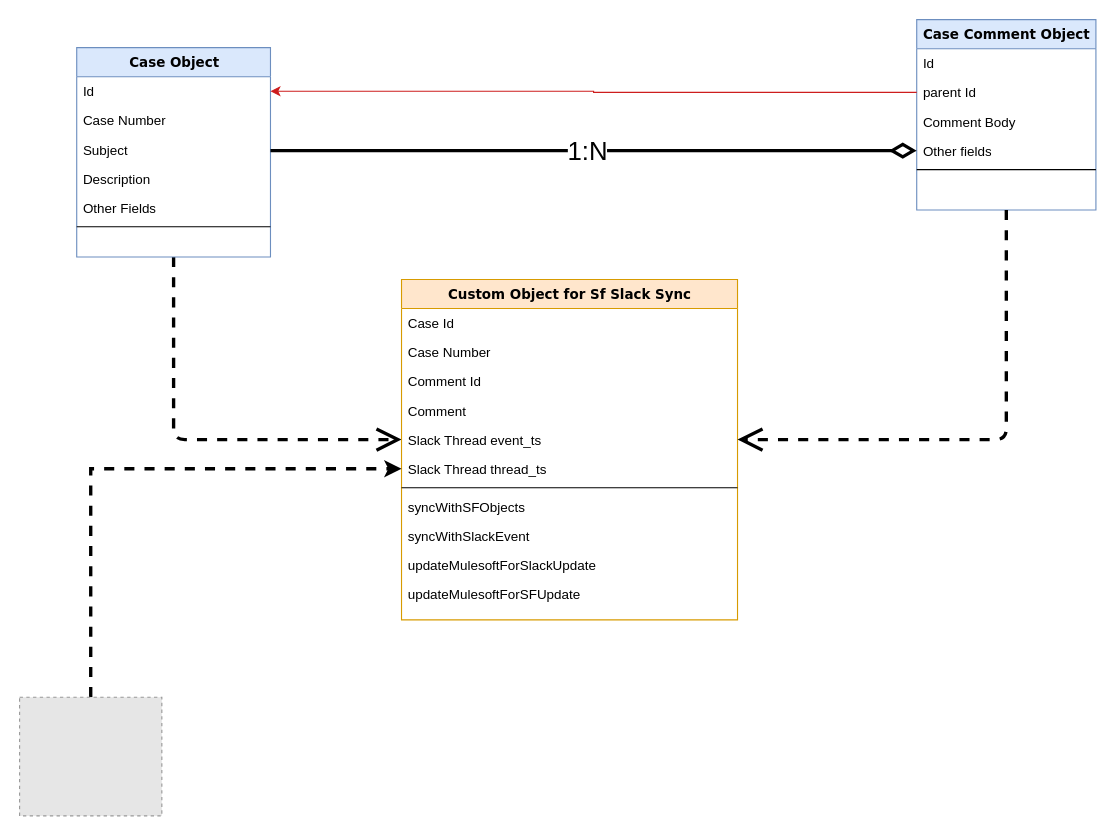
The draw.io diagram ObjectDiagramForSlackToSlaesforceBiDirectional.drawio in sumanchatterjee3/draw-io, before the edit. Source tidied: cells renumbered, new cells numbered last; positions are measured from the earlier drawing's top-left corner, leaving out a move shared by most shapes. Both pictures are drawn from the tidied source at 112%, with x=0, y=0 at pixel (19, 19). Pictures stored in the file or linked from it are replaced by grey dashed boxes.
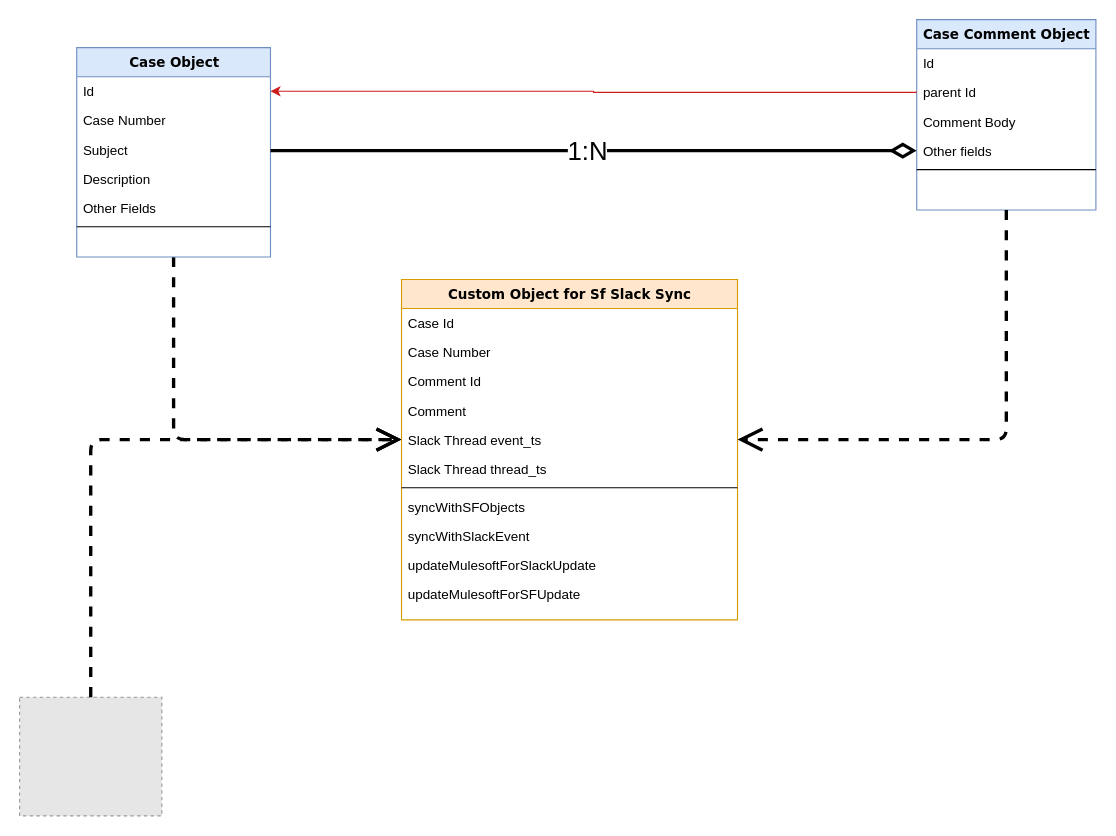
Above is the later version.

The change refers to these unchanged cells:
```xml
<mxCell id="21" value="Slack Thread event_ts" style="text;html=1;strokeColor=none;fillColor=none;align=left;verticalAlign=top;spacingLeft=4;spacingRight=4;whiteSpace=wrap;overflow=hidden;points=[[0,0.5],[1,0.5]];portConstraint=eastwest;" parent="16" vertex="1">
  <mxGeometry y="130" width="300" height="26" as="geometry" />
</mxCell>
<mxCell id="22" value="Slack Thread&amp;nbsp;thread_ts" style="text;html=1;strokeColor=none;fillColor=none;align=left;verticalAlign=top;spacingLeft=4;spacingRight=4;whiteSpace=wrap;overflow=hidden;points=[[0,0.5],[1,0.5]];portConstraint=eastwest;" parent="16" vertex="1">
  <mxGeometry y="156" width="300" height="26" as="geometry" />
</mxCell>
<mxCell id="33" style="fillColor=#E6E6E6;strokeColor=#999999;dashed=1;verticalLabelPosition=bottom;verticalAlign=top;" parent="1" vertex="1">
  <mxGeometry y="605" width="127" height="106" as="geometry" />
</mxCell>
```

The edit, as a diff of the source:
```diff
@@
-    <mxCell id="32" style="edgeStyle=orthogonalEdgeStyle;rounded=0;jettySize=auto;html=1;entryX=0;entryY=0.5;entryDx=0;entryDy=0;dashed=1;strokeWidth=3;" parent="1" edge="1" source="33" target="22">
-      <mxGeometry relative="1" as="geometry" />
-    </mxCell>
@@
+    <mxCell id="34" style="html=1;labelBackgroundColor=none;startFill=0;startSize=8;endArrow=open;endFill=0;endSize=16;fontFamily=Verdana;fontSize=12;dashed=1;edgeStyle=orthogonalEdgeStyle;strokeWidth=3;exitX=0.5;exitY=0;exitDx=0;exitDy=0;entryX=0;entryY=0.5;entryDx=0;entryDy=0;" parent="1" edge="1" source="33" target="21">
+      <mxGeometry relative="1" as="geometry" />
+    </mxCell>
```
